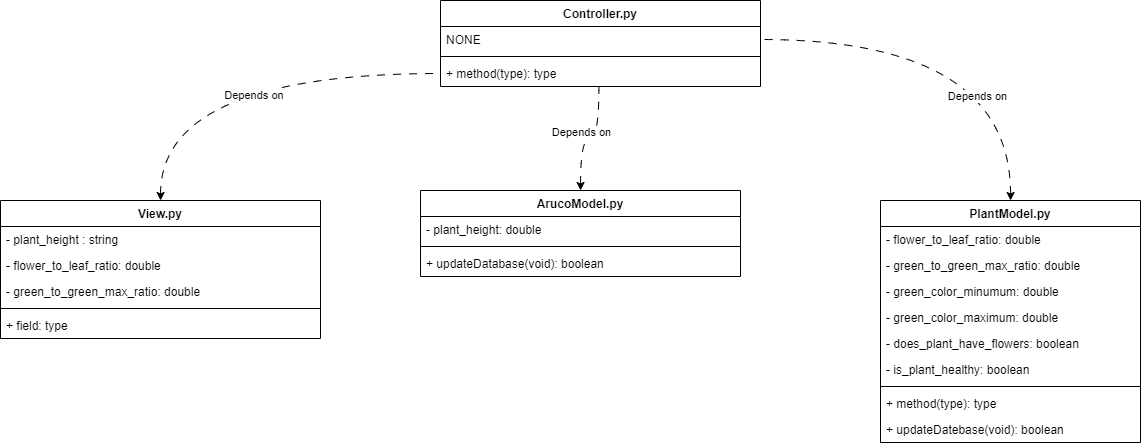
Before: docs/block_diagram_flower_growth_tracker-UML.drawio.png, a diagram exported from draw.io (JovanyZepeda/miniature-doodle). Source tidied: cells renumbered, new cells last; positions are measured from the earlier drawing's top-left corner, leaving out a move shared by most shapes.
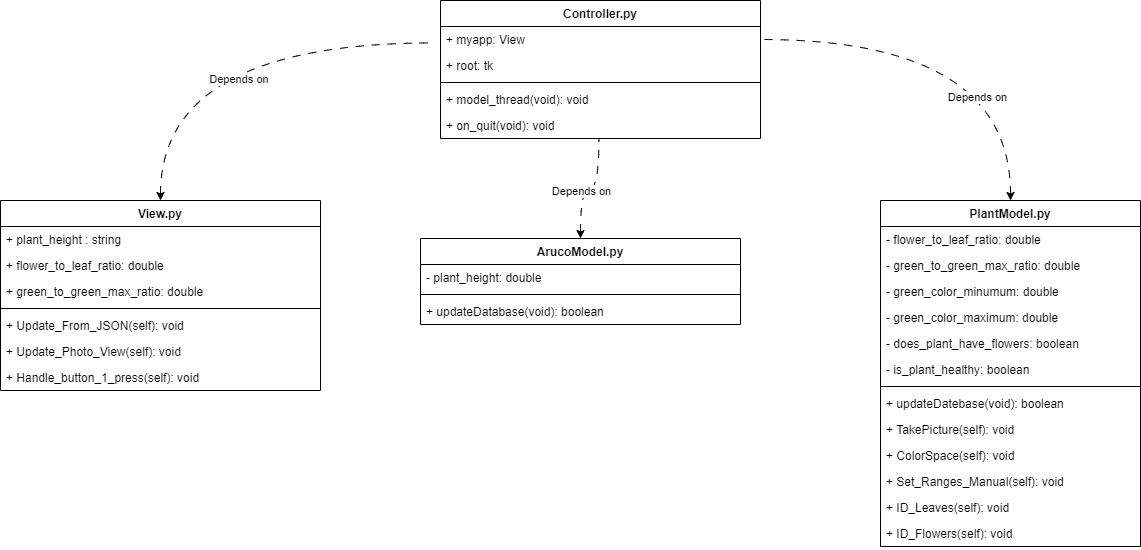
The same diagram one commit later.

Diff of the diagram source:
```diff
@@ -7,11 +7,11 @@
     </mxCell>
     <mxCell id="3" value="Depends on" style="edgeLabel;html=1;align=center;verticalAlign=middle;" parent="2" vertex="1">
       <mxGeometry x="0.25" y="-4" relative="1" as="geometry">
-        <mxPoint x="-22" as="offset" />
+        <mxPoint x="-22" y="8" as="offset" />
       </mxGeometry>
     </mxCell>
     <mxCell id="4" value="ArucoModel.py" style="swimlane;fontStyle=1;align=center;verticalAlign=top;horizontal=1;startSize=26;whiteSpace=wrap;html=1;" parent="1" vertex="1">
-      <mxGeometry x="420" y="190" width="320" height="86" as="geometry" />
+      <mxGeometry x="420" y="238" width="320" height="86" as="geometry" />
     </mxCell>
     <mxCell id="5" value="- plant_height: double" style="text;strokeColor=none;fillColor=none;align=left;verticalAlign=top;spacingLeft=4;spacingRight=4;overflow=hidden;whiteSpace=wrap;html=1;" parent="4" vertex="1">
       <mxGeometry y="26" width="320" height="26" as="geometry" />
@@ -29,7 +29,7 @@
       <mxGeometry x="-0.49" y="34" relative="1" as="geometry" />
     </mxCell>
     <mxCell id="10" value="PlantModel.py" style="swimlane;fontStyle=1;align=center;verticalAlign=top;horizontal=1;startSize=26;whiteSpace=wrap;html=1;" parent="1" vertex="1">
-      <mxGeometry x="880" y="200" width="260" height="242" as="geometry" />
+      <mxGeometry x="880" y="200" width="260" height="346" as="geometry" />
     </mxCell>
     <mxCell id="11" value="- flower_to_leaf_ratio: double" style="text;strokeColor=none;fillColor=none;align=left;verticalAlign=top;spacingLeft=4;spacingRight=4;overflow=hidden;whiteSpace=wrap;html=1;" parent="10" vertex="1">
       <mxGeometry y="26" width="260" height="26" as="geometry" />
@@ -52,47 +52,73 @@
     <mxCell id="17" style="line;strokeWidth=1;fillColor=none;align=left;verticalAlign=middle;spacingTop=-1;spacingLeft=3;spacingRight=3;labelPosition=right;strokeColor=inherit;" parent="10" vertex="1">
       <mxGeometry y="182" width="260" height="8" as="geometry" />
     </mxCell>
+    <mxCell id="19" value="+ updateDatebase(void): boolean" style="text;strokeColor=none;fillColor=none;align=left;verticalAlign=top;spacingLeft=4;spacingRight=4;overflow=hidden;whiteSpace=wrap;html=1;" parent="10" vertex="1">
+      <mxGeometry y="190" width="260" height="26" as="geometry" />
+    </mxCell>
-    <mxCell id="18" value="+ method(type): type" style="text;strokeColor=none;fillColor=none;align=left;verticalAlign=top;spacingLeft=4;spacingRight=4;overflow=hidden;whiteSpace=wrap;html=1;" parent="10" vertex="1">
-      <mxGeometry y="190" width="260" height="26" as="geometry" />
+    <mxCell id="18" value="+ TakePicture(self): void" style="text;strokeColor=none;fillColor=none;align=left;verticalAlign=top;spacingLeft=4;spacingRight=4;overflow=hidden;whiteSpace=wrap;html=1;" parent="10" vertex="1">
+      <mxGeometry y="216" width="260" height="26" as="geometry" />
     </mxCell>
-    <mxCell id="19" value="+ updateDatebase(void): boolean" style="text;strokeColor=none;fillColor=none;align=left;verticalAlign=top;spacingLeft=4;spacingRight=4;overflow=hidden;whiteSpace=wrap;html=1;" parent="10" vertex="1">
-      <mxGeometry y="216" width="260" height="26" as="geometry" />
-    </mxCell>
+    <mxCell id="32" value="+ ColorSpace(self): void&lt;span style=&quot;white-space: pre;&quot;&gt; &lt;/span&gt;&lt;span style=&quot;white-space: pre;&quot;&gt; &lt;/span&gt;" style="text;strokeColor=none;fillColor=none;align=left;verticalAlign=top;spacingLeft=4;spacingRight=4;overflow=hidden;whiteSpace=wrap;html=1;" parent="10" vertex="1">
+      <mxGeometry y="242" width="260" height="26" as="geometry" />
+    </mxCell>
+    <mxCell id="33" value="+ Set_Ranges_Manual(self): void" style="text;strokeColor=none;fillColor=none;align=left;verticalAlign=top;spacingLeft=4;spacingRight=4;overflow=hidden;whiteSpace=wrap;html=1;" parent="10" vertex="1">
+      <mxGeometry y="268" width="260" height="26" as="geometry" />
+    </mxCell>
+    <mxCell id="34" value="+ ID_Leaves(self): void" style="text;strokeColor=none;fillColor=none;align=left;verticalAlign=top;spacingLeft=4;spacingRight=4;overflow=hidden;whiteSpace=wrap;html=1;" parent="10" vertex="1">
+      <mxGeometry y="294" width="260" height="26" as="geometry" />
+    </mxCell>
+    <mxCell id="35" value="+ ID_Flowers(self): void" style="text;strokeColor=none;fillColor=none;align=left;verticalAlign=top;spacingLeft=4;spacingRight=4;overflow=hidden;whiteSpace=wrap;html=1;" parent="10" vertex="1">
+      <mxGeometry y="320" width="260" height="26" as="geometry" />
+    </mxCell>
-    <mxCell id="20" style="edgeStyle=orthogonalEdgeStyle;rounded=0;jettySize=auto;html=1;entryX=0;entryY=0.5;entryDx=0;entryDy=0;dashed=1;dashPattern=8 8;curved=1;endArrow=none;endFill=0;startArrow=classic;startFill=1;" parent="1" edge="1" source="22" target="31">
+    <mxCell id="20" style="edgeStyle=orthogonalEdgeStyle;rounded=0;jettySize=auto;html=1;entryX=-0.019;entryY=0.631;entryDx=0;entryDy=0;dashed=1;dashPattern=8 8;curved=1;endArrow=none;endFill=0;startArrow=classic;startFill=1;entryPerimeter=0;" parent="1" edge="1" source="22" target="29">
       <mxGeometry relative="1" as="geometry" />
     </mxCell>
     <mxCell id="21" value="Depends on&amp;nbsp;" style="edgeLabel;html=1;align=center;verticalAlign=middle;" parent="20" vertex="1">
-      <mxGeometry x="0.09" y="-21" relative="1" as="geometry" />
+      <mxGeometry x="0.09" y="-21" relative="1" as="geometry">
+        <mxPoint x="3" y="15" as="offset" />
+      </mxGeometry>
     </mxCell>
     <mxCell id="22" value="View.py" style="swimlane;fontStyle=1;align=center;verticalAlign=top;horizontal=1;startSize=26;whiteSpace=wrap;html=1;" parent="1" vertex="1">
-      <mxGeometry y="200" width="320" height="138" as="geometry" />
+      <mxGeometry y="200" width="320" height="190" as="geometry" />
     </mxCell>
-    <mxCell id="23" value="- plant_height : string" style="text;strokeColor=none;fillColor=none;align=left;verticalAlign=top;spacingLeft=4;spacingRight=4;overflow=hidden;whiteSpace=wrap;html=1;" parent="22" vertex="1">
+    <mxCell id="23" value="+ plant_height : string" style="text;strokeColor=none;fillColor=none;align=left;verticalAlign=top;spacingLeft=4;spacingRight=4;overflow=hidden;whiteSpace=wrap;html=1;" parent="22" vertex="1">
       <mxGeometry y="26" width="320" height="26" as="geometry" />
     </mxCell>
-    <mxCell id="24" value="- flower_to_leaf_ratio: double" style="text;strokeColor=none;fillColor=none;align=left;verticalAlign=top;spacingLeft=4;spacingRight=4;overflow=hidden;whiteSpace=wrap;html=1;" parent="22" vertex="1">
+    <mxCell id="24" value="+ flower_to_leaf_ratio: double" style="text;strokeColor=none;fillColor=none;align=left;verticalAlign=top;spacingLeft=4;spacingRight=4;overflow=hidden;whiteSpace=wrap;html=1;" parent="22" vertex="1">
       <mxGeometry y="52" width="320" height="26" as="geometry" />
     </mxCell>
-    <mxCell id="25" value="- green_to_green_max_ratio: double" style="text;strokeColor=none;fillColor=none;align=left;verticalAlign=top;spacingLeft=4;spacingRight=4;overflow=hidden;whiteSpace=wrap;html=1;" parent="22" vertex="1">
+    <mxCell id="25" value="+ green_to_green_max_ratio: double" style="text;strokeColor=none;fillColor=none;align=left;verticalAlign=top;spacingLeft=4;spacingRight=4;overflow=hidden;whiteSpace=wrap;html=1;" parent="22" vertex="1">
       <mxGeometry y="78" width="320" height="26" as="geometry" />
     </mxCell>
     <mxCell id="26" style="line;strokeWidth=1;fillColor=none;align=left;verticalAlign=middle;spacingTop=-1;spacingLeft=3;spacingRight=3;labelPosition=right;strokeColor=inherit;" parent="22" vertex="1">
       <mxGeometry y="104" width="320" height="8" as="geometry" />
     </mxCell>
-    <mxCell id="27" value="+ field: type" style="text;strokeColor=none;fillColor=none;align=left;verticalAlign=top;spacingLeft=4;spacingRight=4;overflow=hidden;whiteSpace=wrap;html=1;" parent="22" vertex="1">
+    <mxCell id="27" value="+ Update_From_JSON(self): void" style="text;strokeColor=none;fillColor=none;align=left;verticalAlign=top;spacingLeft=4;spacingRight=4;overflow=hidden;whiteSpace=wrap;html=1;" parent="22" vertex="1">
       <mxGeometry y="112" width="320" height="26" as="geometry" />
     </mxCell>
+    <mxCell id="36" value="+ Update_Photo_View(self): void" style="text;strokeColor=none;fillColor=none;align=left;verticalAlign=top;spacingLeft=4;spacingRight=4;overflow=hidden;whiteSpace=wrap;html=1;" parent="22" vertex="1">
+      <mxGeometry y="138" width="320" height="26" as="geometry" />
+    </mxCell>
+    <mxCell id="37" value="+ Handle_button_1_press(self): void" style="text;strokeColor=none;fillColor=none;align=left;verticalAlign=top;spacingLeft=4;spacingRight=4;overflow=hidden;whiteSpace=wrap;html=1;" parent="22" vertex="1">
+      <mxGeometry y="164" width="320" height="26" as="geometry" />
+    </mxCell>
     <mxCell id="28" value="Controller.py" style="swimlane;fontStyle=1;align=center;verticalAlign=top;horizontal=1;startSize=26;whiteSpace=wrap;html=1;" parent="1" vertex="1">
-      <mxGeometry x="440" width="320" height="86" as="geometry" />
+      <mxGeometry x="440" width="320" height="138" as="geometry" />
     </mxCell>
-    <mxCell id="29" value="NONE" style="text;strokeColor=none;fillColor=none;align=left;verticalAlign=top;spacingLeft=4;spacingRight=4;overflow=hidden;points=[[0,0.5],[1,0.5]];portConstraint=eastwest;whiteSpace=wrap;html=1;" parent="28" vertex="1">
+    <mxCell id="29" value="+ myapp: View" style="text;strokeColor=none;fillColor=none;align=left;verticalAlign=top;spacingLeft=4;spacingRight=4;overflow=hidden;points=[[0,0.5],[1,0.5]];portConstraint=eastwest;whiteSpace=wrap;html=1;" parent="28" vertex="1">
       <mxGeometry y="26" width="320" height="26" as="geometry" />
     </mxCell>
+    <mxCell id="38" value="+ root: tk" style="text;strokeColor=none;fillColor=none;align=left;verticalAlign=top;spacingLeft=4;spacingRight=4;overflow=hidden;whiteSpace=wrap;html=1;" parent="28" vertex="1">
+      <mxGeometry y="52" width="320" height="26" as="geometry" />
+    </mxCell>
     <mxCell id="30" style="line;strokeWidth=1;fillColor=none;align=left;verticalAlign=middle;spacingTop=-1;spacingLeft=3;spacingRight=3;labelPosition=right;strokeColor=inherit;" parent="28" vertex="1">
-      <mxGeometry y="52" width="320" height="8" as="geometry" />
+      <mxGeometry y="78" width="320" height="8" as="geometry" />
     </mxCell>
+    <mxCell id="39" value="+ model_thread(void): void" style="text;strokeColor=none;fillColor=none;align=left;verticalAlign=top;spacingLeft=4;spacingRight=4;overflow=hidden;whiteSpace=wrap;html=1;" parent="28" vertex="1">
+      <mxGeometry y="86" width="320" height="26" as="geometry" />
+    </mxCell>
-    <mxCell id="31" value="+ method(type): type" style="text;strokeColor=none;fillColor=none;align=left;verticalAlign=top;spacingLeft=4;spacingRight=4;overflow=hidden;points=[[0,0.5],[1,0.5]];portConstraint=eastwest;whiteSpace=wrap;html=1;" parent="28" vertex="1">
-      <mxGeometry y="60" width="320" height="26" as="geometry" />
+    <mxCell id="31" value="+ on_quit(void): void" style="text;strokeColor=none;fillColor=none;align=left;verticalAlign=top;spacingLeft=4;spacingRight=4;overflow=hidden;points=[[0,0.5],[1,0.5]];portConstraint=eastwest;whiteSpace=wrap;html=1;" parent="28" vertex="1">
+      <mxGeometry y="112" width="320" height="26" as="geometry" />
     </mxCell>
   </root>
 </mxGraphModel>
```
